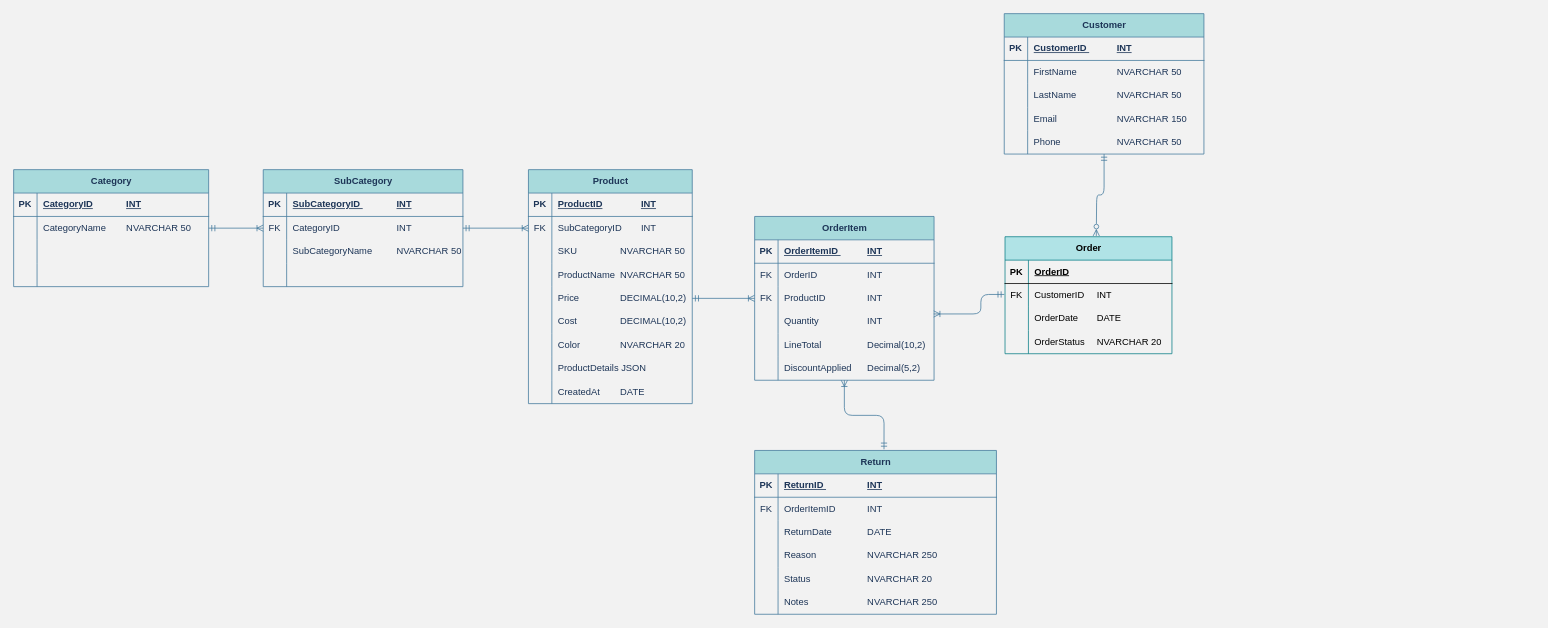
Above: page "Copy of Fysiska" (4 of 4) of NetOnNet.drawio in dargys/KimmosLektion (draw.io), before the change. Source tidied: cells renumbered, new cells numbered last; positions are measured from the earlier drawing's top-left corner, leaving out a move shared by most shapes. Both pictures are drawn from the tidied source at 78%, with x=0, y=0 at pixel (13, 13).
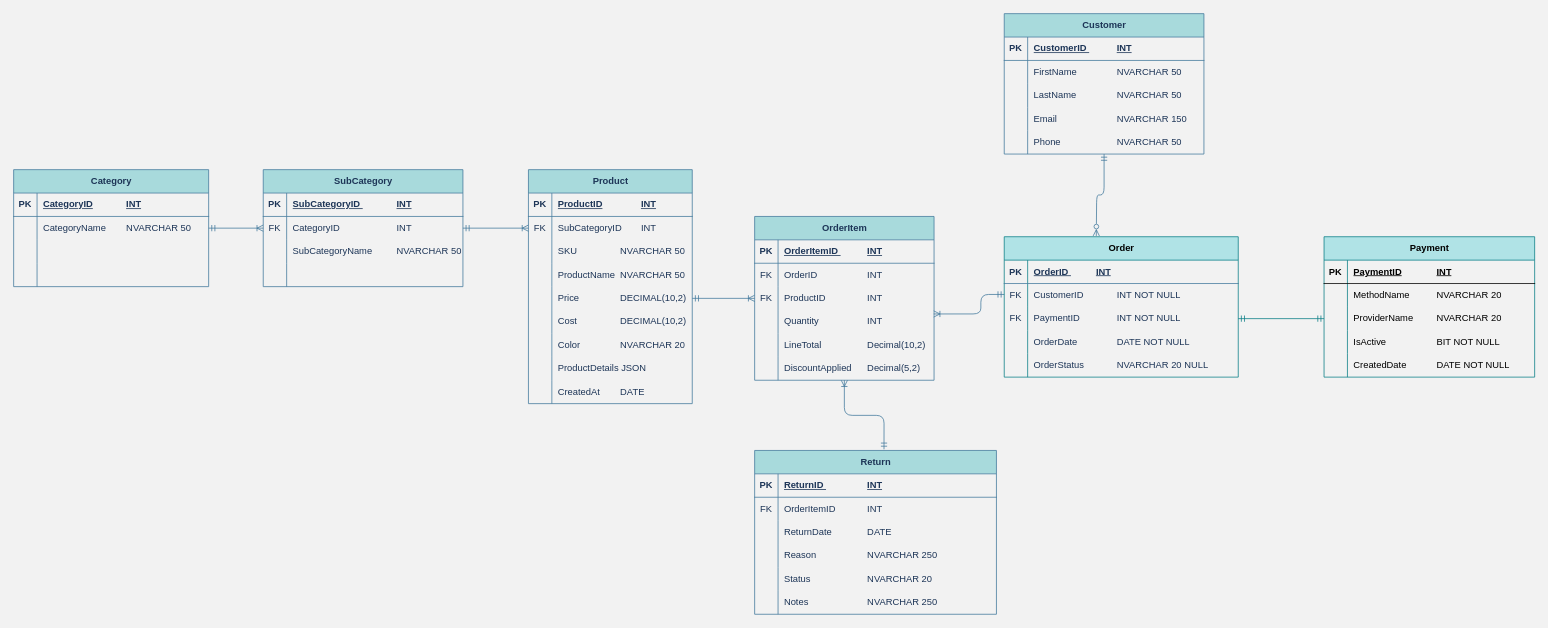
Above is the later version.

Commit message:
Add Payment and Order tables with relevant fields and relationships in the diagram

Unchanged cells that the change refers to:
```xml
<mxCell id="118" style="shape=tableRow;horizontal=0;startSize=0;swimlaneHead=0;swimlaneBody=0;fillColor=none;top=0;left=0;right=0;bottom=0;strokeColor=#457B9D;fontColor=#1D3557;labelBackgroundColor=none;" parent="1" vertex="1">
  <mxGeometry x="1260" y="440" width="256" height="30" as="geometry" />
</mxCell>
```

The edit, as a diff of the source:
```diff
@@
-    <mxCell id="119" style="shape=partialRectangle;fillColor=none;top=0;left=0;bottom=0;right=0;overflow=hidden;whiteSpace=wrap;html=1;strokeColor=#457B9D;fontColor=#1D3557;labelBackgroundColor=none;" parent="118" vertex="1">
-      <mxGeometry width="30" height="30" as="geometry" />
-    </mxCell>
+    <mxCell id="133" value="Payment" style="shape=table;startSize=30;childLayout=tableLayout;rowLines=0;fontStyle=1;align=center;html=1;fillColor=#b0e3e6;strokeColor=#0e8088;" parent="1" vertex="1">
+      <mxGeometry x="1680" y="286" width="270" height="180" as="geometry" />
+    </mxCell>
+    <mxCell id="134" style="shape=tableRow;horizontal=0;startSize=0;swimlaneHead=0;swimlaneBody=0;fillColor=none;top=0;left=0;right=0;bottom=1;" parent="133" vertex="1">
+      <mxGeometry y="30" width="270" height="30" as="geometry" />
+    </mxCell>
+    <mxCell id="122" value="PK" style="shape=partialRectangle;fillColor=none;top=0;left=0;bottom=0;right=0;fontStyle=1;overflow=hidden;whiteSpace=wrap;html=1;" parent="134" vertex="1">
+      <mxGeometry width="30" height="30" as="geometry" />
+    </mxCell>
+    <mxCell id="135" value="PaymentID&lt;span style=&quot;white-space: pre;&quot;&gt;&#9;&lt;/span&gt;&lt;span style=&quot;white-space: pre;&quot;&gt;&#9;&lt;/span&gt;INT" style="shape=partialRectangle;fillColor=none;top=0;left=0;bottom=0;right=0;align=left;spacingLeft=6;fontStyle=5;overflow=hidden;whiteSpace=wrap;html=1;" parent="134" vertex="1">
+      <mxGeometry x="30" width="240" height="30" as="geometry" />
+    </mxCell>
+    <mxCell id="136" style="shape=tableRow;horizontal=0;startSize=0;swimlaneHead=0;swimlaneBody=0;fillColor=none;top=0;left=0;right=0;bottom=0;" parent="133" vertex="1">
+      <mxGeometry y="60" width="270" height="30" as="geometry" />
+    </mxCell>
+    <mxCell id="137" style="shape=partialRectangle;fillColor=none;top=0;left=0;bottom=0;right=0;overflow=hidden;whiteSpace=wrap;html=1;" parent="136" vertex="1">
+      <mxGeometry width="30" height="30" as="geometry" />
+    </mxCell>
+    <mxCell id="138" value="MethodName&lt;span style=&quot;white-space: pre;&quot;&gt;&#9;&lt;/span&gt;&lt;span style=&quot;white-space: pre;&quot;&gt;&#9;&lt;/span&gt;NVARCHAR 20" style="shape=partialRectangle;fillColor=none;top=0;left=0;bottom=0;right=0;align=left;spacingLeft=6;overflow=hidden;whiteSpace=wrap;html=1;" parent="136" vertex="1">
+      <mxGeometry x="30" width="240" height="30" as="geometry" />
+    </mxCell>
+    <mxCell id="139" style="shape=tableRow;horizontal=0;startSize=0;swimlaneHead=0;swimlaneBody=0;fillColor=none;points=[[0,0.5],[1,0.5]];portConstraint=eastwest;top=0;left=0;right=0;bottom=0;" parent="133" vertex="1">
+      <mxGeometry y="90" width="270" height="30" as="geometry" />
+    </mxCell>
+    <mxCell id="140" style="shape=partialRectangle;fillColor=none;top=0;left=0;bottom=0;right=0;overflow=hidden;whiteSpace=wrap;html=1;" parent="139" vertex="1">
+      <mxGeometry width="30" height="30" as="geometry" />
+    </mxCell>
+    <mxCell id="141" value="ProviderName&lt;span style=&quot;white-space: pre;&quot;&gt;&#9;&lt;/span&gt;&lt;span style=&quot;white-space: pre;&quot;&gt;&#9;&lt;/span&gt;NVARCHAR 20" style="shape=partialRectangle;fillColor=none;top=0;left=0;bottom=0;right=0;align=left;spacingLeft=6;overflow=hidden;whiteSpace=wrap;html=1;" parent="139" vertex="1">
+      <mxGeometry x="30" width="240" height="30" as="geometry" />
+    </mxCell>
+    <mxCell id="142" style="shape=tableRow;horizontal=0;startSize=0;swimlaneHead=0;swimlaneBody=0;fillColor=none;top=0;left=0;right=0;bottom=0;" parent="133" vertex="1">
+      <mxGeometry y="120" width="270" height="30" as="geometry" />
+    </mxCell>
+    <mxCell id="143" style="shape=partialRectangle;fillColor=none;top=0;left=0;bottom=0;right=0;overflow=hidden;whiteSpace=wrap;html=1;" parent="142" vertex="1">
+      <mxGeometry width="30" height="30" as="geometry" />
+    </mxCell>
+    <mxCell id="144" value="IsActive&lt;span style=&quot;white-space: pre;&quot;&gt;&#9;&lt;/span&gt;&lt;span style=&quot;white-space: pre;&quot;&gt;&#9;&lt;/span&gt;&lt;span style=&quot;white-space: pre;&quot;&gt;&#9;&lt;/span&gt;BIT NOT NULL" style="shape=partialRectangle;fillColor=none;top=0;left=0;bottom=0;right=0;align=left;spacingLeft=6;overflow=hidden;whiteSpace=wrap;html=1;" parent="142" vertex="1">
+      <mxGeometry x="30" width="240" height="30" as="geometry" />
+    </mxCell>
+    <mxCell id="145" style="shape=tableRow;horizontal=0;startSize=0;swimlaneHead=0;swimlaneBody=0;fillColor=none;top=0;left=0;right=0;bottom=0;" parent="133" vertex="1">
+      <mxGeometry y="150" width="270" height="30" as="geometry" />
+    </mxCell>
+    <mxCell id="146" style="shape=partialRectangle;fillColor=none;top=0;left=0;bottom=0;right=0;overflow=hidden;whiteSpace=wrap;html=1;" parent="145" vertex="1">
+      <mxGeometry width="30" height="30" as="geometry" />
+    </mxCell>
+    <mxCell id="147" value="CreatedDate&lt;span style=&quot;white-space: pre;&quot;&gt;&#9;&lt;/span&gt;&lt;span style=&quot;white-space: pre;&quot;&gt;&#9;&lt;/span&gt;DATE NOT NULL" style="shape=partialRectangle;fillColor=none;top=0;left=0;bottom=0;right=0;align=left;spacingLeft=6;overflow=hidden;whiteSpace=wrap;html=1;" parent="145" vertex="1">
+      <mxGeometry x="30" width="240" height="30" as="geometry" />
+    </mxCell>
-    <mxCell id="120" value="Order" style="shape=table;startSize=30;childLayout=tableLayout;rowLines=0;fontStyle=1;align=center;html=1;fillColor=#b0e3e6;strokeColor=#0e8088;" parent="1" vertex="1">
-      <mxGeometry x="1271" y="286" width="214" height="150" as="geometry" />
+    <mxCell id="120" value="Order" style="shape=table;startSize=30;childLayout=tableLayout;rowLines=0;fontStyle=1;align=center;html=1;strokeColor=#0e8088;fillColor=#b0e3e6;labelBackgroundColor=none;" parent="1" vertex="1">
+      <mxGeometry x="1270" y="286" width="300" height="180" as="geometry" />
     </mxCell>
-    <mxCell id="121" style="shape=tableRow;horizontal=0;startSize=0;swimlaneHead=0;swimlaneBody=0;fillColor=none;top=0;left=0;right=0;bottom=1;" parent="120" vertex="1">
-      <mxGeometry y="30" width="214" height="30" as="geometry" />
-    </mxCell>
-    <mxCell id="122" value="PK" style="shape=partialRectangle;fillColor=none;top=0;left=0;bottom=0;right=0;fontStyle=1;overflow=hidden;whiteSpace=wrap;html=1;" parent="121" vertex="1">
-      <mxGeometry width="30" height="30" as="geometry" />
-    </mxCell>
-    <mxCell id="123" value="OrderID" style="shape=partialRectangle;fillColor=none;top=0;left=0;bottom=0;right=0;align=left;spacingLeft=6;fontStyle=5;overflow=hidden;whiteSpace=wrap;html=1;" parent="121" vertex="1">
-      <mxGeometry x="30" width="184" height="30" as="geometry" />
-    </mxCell>
-    <mxCell id="124" style="shape=tableRow;horizontal=0;startSize=0;swimlaneHead=0;swimlaneBody=0;fillColor=none;top=0;left=0;right=0;bottom=0;" parent="120" vertex="1">
-      <mxGeometry y="60" width="214" height="30" as="geometry" />
-    </mxCell>
-    <mxCell id="125" value="FK" style="shape=partialRectangle;fillColor=none;top=0;left=0;bottom=0;right=0;overflow=hidden;whiteSpace=wrap;html=1;" parent="124" vertex="1">
-      <mxGeometry width="30" height="30" as="geometry" />
-    </mxCell>
-    <mxCell id="126" value="CustomerID&lt;span style=&quot;white-space: pre;&quot;&gt;&#9;&lt;/span&gt;INT" style="shape=partialRectangle;fillColor=none;top=0;left=0;bottom=0;right=0;align=left;spacingLeft=6;overflow=hidden;whiteSpace=wrap;html=1;" parent="124" vertex="1">
-      <mxGeometry x="30" width="184" height="30" as="geometry" />
-    </mxCell>
-    <mxCell id="127" style="shape=tableRow;horizontal=0;startSize=0;swimlaneHead=0;swimlaneBody=0;fillColor=none;top=0;left=0;right=0;bottom=0;" parent="120" vertex="1">
-      <mxGeometry y="90" width="214" height="30" as="geometry" />
-    </mxCell>
-    <mxCell id="128" style="shape=partialRectangle;fillColor=none;top=0;left=0;bottom=0;right=0;overflow=hidden;whiteSpace=wrap;html=1;" parent="127" vertex="1">
-      <mxGeometry width="30" height="30" as="geometry" />
-    </mxCell>
-    <mxCell id="129" value="OrderDate&lt;span style=&quot;white-space: pre;&quot;&gt;&#9;&lt;/span&gt;DATE" style="shape=partialRectangle;fillColor=none;top=0;left=0;bottom=0;right=0;align=left;spacingLeft=6;overflow=hidden;whiteSpace=wrap;html=1;" parent="127" vertex="1">
-      <mxGeometry x="30" width="184" height="30" as="geometry" />
-    </mxCell>
-    <mxCell id="130" style="shape=tableRow;horizontal=0;startSize=0;swimlaneHead=0;swimlaneBody=0;fillColor=none;top=0;left=0;right=0;bottom=0;" parent="120" vertex="1">
-      <mxGeometry y="120" width="214" height="30" as="geometry" />
-    </mxCell>
-    <mxCell id="131" style="shape=partialRectangle;fillColor=none;top=0;left=0;bottom=0;right=0;overflow=hidden;whiteSpace=wrap;html=1;" parent="130" vertex="1">
-      <mxGeometry width="30" height="30" as="geometry" />
-    </mxCell>
-    <mxCell id="132" value="OrderStatus &lt;span style=&quot;white-space: pre;&quot;&gt;&#9;&lt;/span&gt;NVARCHAR 20" style="shape=partialRectangle;fillColor=none;top=0;left=0;bottom=0;right=0;align=left;spacingLeft=6;overflow=hidden;whiteSpace=wrap;html=1;" parent="130" vertex="1">
-      <mxGeometry x="30" width="184" height="30" as="geometry" />
-    </mxCell>
+    <mxCell id="148" style="shape=tableRow;horizontal=0;startSize=0;swimlaneHead=0;swimlaneBody=0;fillColor=none;top=0;left=0;right=0;bottom=1;strokeColor=#457B9D;fontColor=#1D3557;labelBackgroundColor=none;" parent="120" vertex="1">
+      <mxGeometry y="30" width="300" height="30" as="geometry" />
+    </mxCell>
+    <mxCell id="149" value="PK" style="shape=partialRectangle;fillColor=none;top=0;left=0;bottom=0;right=0;fontStyle=1;overflow=hidden;whiteSpace=wrap;html=1;strokeColor=#457B9D;fontColor=#1D3557;labelBackgroundColor=none;" parent="148" vertex="1">
+      <mxGeometry width="30" height="30" as="geometry" />
+    </mxCell>
+    <mxCell id="150" value="OrderID&amp;nbsp;&lt;span style=&quot;white-space: pre;&quot;&gt;&#9;&lt;/span&gt;&lt;span style=&quot;white-space: pre;&quot;&gt;&#9;&lt;/span&gt;INT" style="shape=partialRectangle;fillColor=none;top=0;left=0;bottom=0;right=0;align=left;spacingLeft=6;fontStyle=5;overflow=hidden;whiteSpace=wrap;html=1;strokeColor=#457B9D;fontColor=#1D3557;labelBackgroundColor=none;" parent="148" vertex="1">
+      <mxGeometry x="30" width="270" height="30" as="geometry" />
+    </mxCell>
+    <mxCell id="151" style="shape=tableRow;horizontal=0;startSize=0;swimlaneHead=0;swimlaneBody=0;fillColor=none;top=0;left=0;right=0;bottom=0;strokeColor=#457B9D;fontColor=#1D3557;labelBackgroundColor=none;" parent="120" vertex="1">
+      <mxGeometry y="60" width="300" height="30" as="geometry" />
+    </mxCell>
+    <mxCell id="152" value="FK" style="shape=partialRectangle;fillColor=none;top=0;left=0;bottom=0;right=0;overflow=hidden;whiteSpace=wrap;html=1;strokeColor=#457B9D;fontColor=#1D3557;labelBackgroundColor=none;" parent="151" vertex="1">
+      <mxGeometry width="30" height="30" as="geometry" />
+    </mxCell>
+    <mxCell id="153" value="CustomerID&lt;span style=&quot;white-space: pre;&quot;&gt;&#9;&lt;/span&gt;&lt;span style=&quot;white-space: pre;&quot;&gt;&#9;&lt;/span&gt;INT NOT NULL" style="shape=partialRectangle;fillColor=none;top=0;left=0;bottom=0;right=0;align=left;spacingLeft=6;overflow=hidden;whiteSpace=wrap;html=1;strokeColor=#457B9D;fontColor=#1D3557;labelBackgroundColor=none;" parent="151" vertex="1">
+      <mxGeometry x="30" width="270" height="30" as="geometry" />
+    </mxCell>
+    <mxCell id="154" style="shape=tableRow;horizontal=0;startSize=0;swimlaneHead=0;swimlaneBody=0;fillColor=none;points=[[0,0.5],[1,0.5]];portConstraint=eastwest;top=0;left=0;right=0;bottom=0;strokeColor=#457B9D;fontColor=#1D3557;labelBackgroundColor=none;" parent="120" vertex="1">
+      <mxGeometry y="90" width="300" height="30" as="geometry" />
+    </mxCell>
+    <mxCell id="155" value="FK" style="shape=partialRectangle;fillColor=none;top=0;left=0;bottom=0;right=0;overflow=hidden;whiteSpace=wrap;html=1;strokeColor=#457B9D;fontColor=#1D3557;labelBackgroundColor=none;" parent="154" vertex="1">
+      <mxGeometry width="30" height="30" as="geometry" />
+    </mxCell>
+    <mxCell id="156" value="PaymentID&lt;span style=&quot;white-space: pre;&quot;&gt;&#9;&lt;span style=&quot;white-space: pre;&quot;&gt;&#9;&lt;/span&gt;&lt;/span&gt;INT NOT NULL" style="shape=partialRectangle;fillColor=none;top=0;left=0;bottom=0;right=0;align=left;spacingLeft=6;overflow=hidden;whiteSpace=wrap;html=1;strokeColor=#457B9D;fontColor=#1D3557;labelBackgroundColor=none;" parent="154" vertex="1">
+      <mxGeometry x="30" width="270" height="30" as="geometry" />
+    </mxCell>
+    <mxCell id="157" style="shape=tableRow;horizontal=0;startSize=0;swimlaneHead=0;swimlaneBody=0;fillColor=none;top=0;left=0;right=0;bottom=0;strokeColor=#457B9D;fontColor=#1D3557;labelBackgroundColor=none;" parent="120" vertex="1">
+      <mxGeometry y="120" width="300" height="30" as="geometry" />
+    </mxCell>
+    <mxCell id="158" style="shape=partialRectangle;fillColor=none;top=0;left=0;bottom=0;right=0;overflow=hidden;whiteSpace=wrap;html=1;strokeColor=#457B9D;fontColor=#1D3557;labelBackgroundColor=none;" parent="157" vertex="1">
+      <mxGeometry width="30" height="30" as="geometry" />
+    </mxCell>
+    <mxCell id="159" value="OrderDate&lt;span style=&quot;white-space: pre;&quot;&gt;&#9;&lt;/span&gt;&lt;span style=&quot;white-space: pre;&quot;&gt;&#9;&lt;/span&gt;DATE NOT NULL" style="shape=partialRectangle;fillColor=none;top=0;left=0;bottom=0;right=0;align=left;spacingLeft=6;overflow=hidden;whiteSpace=wrap;html=1;strokeColor=#457B9D;fontColor=#1D3557;labelBackgroundColor=none;" parent="157" vertex="1">
+      <mxGeometry x="30" width="270" height="30" as="geometry" />
+    </mxCell>
+    <mxCell id="160" style="shape=tableRow;horizontal=0;startSize=0;swimlaneHead=0;swimlaneBody=0;fillColor=none;top=0;left=0;right=0;bottom=0;strokeColor=#457B9D;fontColor=#1D3557;labelBackgroundColor=none;" parent="120" vertex="1">
+      <mxGeometry y="150" width="300" height="30" as="geometry" />
+    </mxCell>
+    <mxCell id="161" style="shape=partialRectangle;fillColor=none;top=0;left=0;bottom=0;right=0;overflow=hidden;whiteSpace=wrap;html=1;strokeColor=#457B9D;fontColor=#1D3557;labelBackgroundColor=none;" parent="160" vertex="1">
+      <mxGeometry width="30" height="30" as="geometry" />
+    </mxCell>
+    <mxCell id="162" value="OrderStatus&lt;span style=&quot;white-space: pre;&quot;&gt;&#9;&lt;/span&gt;&lt;span style=&quot;white-space: pre;&quot;&gt;&#9;&lt;/span&gt;NVARCHAR 20 NULL" style="shape=partialRectangle;fillColor=none;top=0;left=0;bottom=0;right=0;align=left;spacingLeft=6;overflow=hidden;whiteSpace=wrap;html=1;strokeColor=#457B9D;fontColor=#1D3557;labelBackgroundColor=none;" parent="160" vertex="1">
+      <mxGeometry x="30" width="270" height="30" as="geometry" />
+    </mxCell>
+    <mxCell id="163" style="edgeStyle=orthogonalEdgeStyle;rounded=0;jettySize=auto;html=1;exitX=0;exitY=0.5;exitDx=0;exitDy=0;entryX=1;entryY=0.5;entryDx=0;entryDy=0;startArrow=ERmandOne;startFill=0;endArrow=ERmandOne;endFill=0;fillColor=#b0e3e6;strokeColor=#0e8088;" parent="1" edge="1" source="139" target="154">
+      <mxGeometry relative="1" as="geometry" />
+    </mxCell>
```
